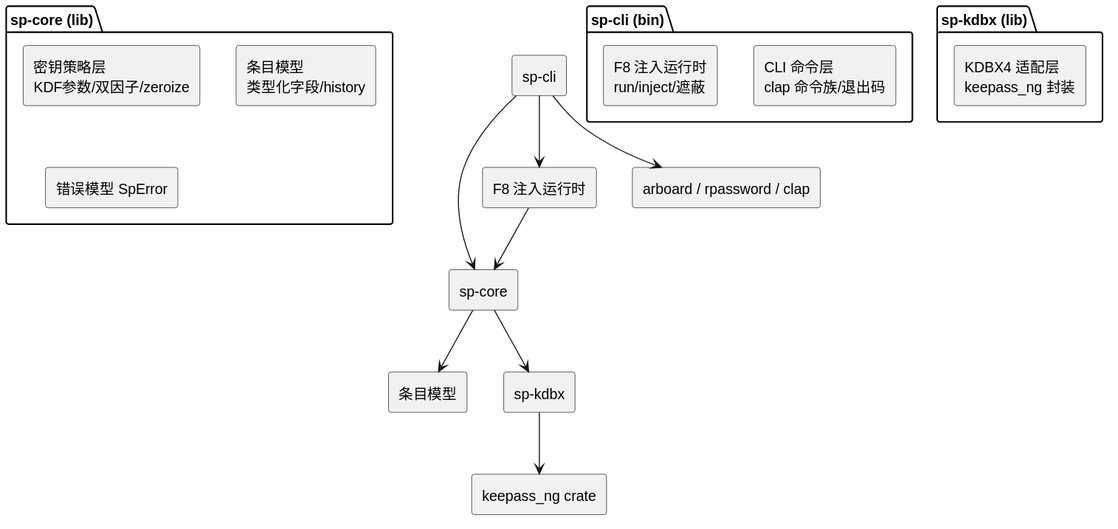
Earlier version of the PlantUML export design_docs/diagrams/00_components.svg (jxsword/SuperPasswdKey). Its diagram source:
```plantuml
@startuml
skinparam componentStyle rectangle
package "sp-cli (bin)" {
  [CLI 命令层\nclap 命令族/退出码]
  [F8 注入运行时\nrun/inject/遮蔽]
}
package "sp-core (lib)" {
  [密钥策略层\nKDF参数/双因子/zeroize]
  [条目模型\n类型化字段/history]
  [错误模型 SpError]
}
package "sp-kdbx (lib)" {
  [KDBX4 适配层\nkeepass_ng 封装]
}
[sp-cli] --> [sp-core]
[sp-cli] --> [F8 注入运行时]
[F8 注入运行时] --> [sp-core]
[sp-core] --> [条目模型]
[sp-kdbx] --> [keepass_ng crate]
[sp-core] --> [sp-kdbx]
[sp-cli] --> [arboard / rpassword / clap]
@enduml
```
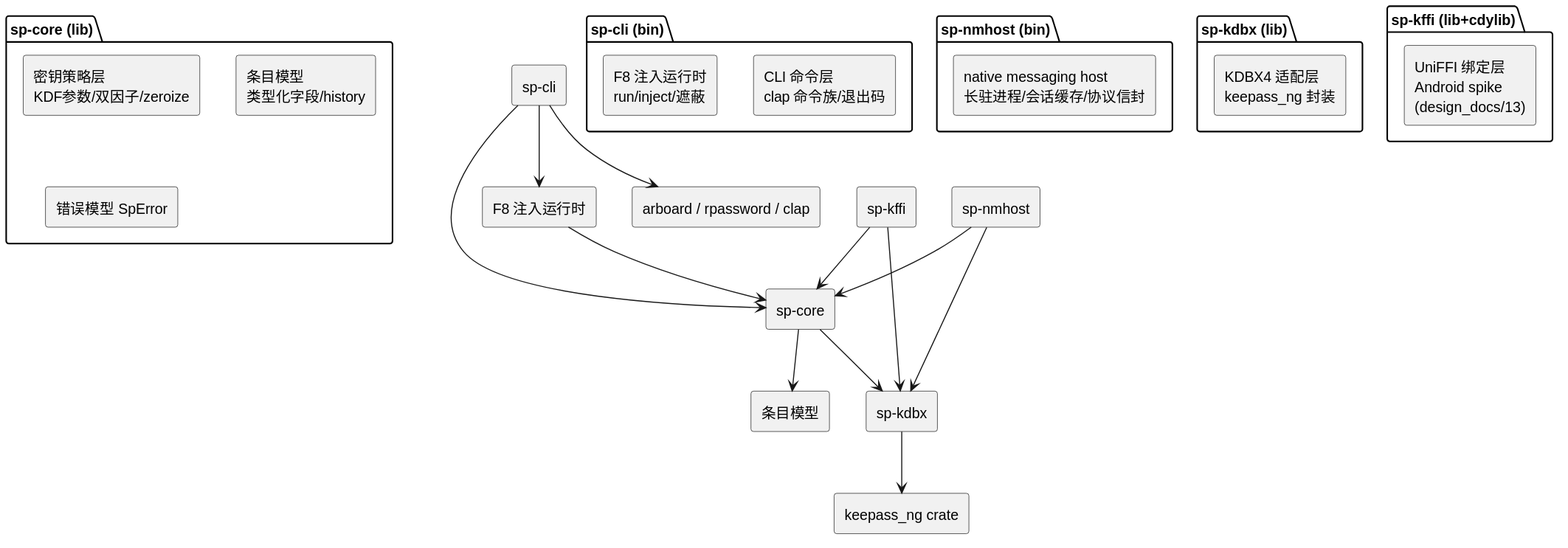
The same file after the commit.

Commit message:
docs(spike): sync architecture overview, README, SRS roadmap, git-flow doc with android spike state

Change to the diagram source:
```diff
@@ -3,6 +3,9 @@
 package "sp-cli (bin)" {
   [CLI 命令层\nclap 命令族/退出码]
   [F8 注入运行时\nrun/inject/遮蔽]
+}
+package "sp-nmhost (bin)" {
+  [native messaging host\n长驻进程/会话缓存/协议信封]
 }
 package "sp-core (lib)" {
   [密钥策略层\nKDF参数/双因子/zeroize]
@@ -12,11 +15,18 @@
 package "sp-kdbx (lib)" {
   [KDBX4 适配层\nkeepass_ng 封装]
 }
+package "sp-kffi (lib+cdylib)" {
+  [UniFFI 绑定层\nAndroid spike\n(design_docs/13)]
+}
 [sp-cli] --> [sp-core]
 [sp-cli] --> [F8 注入运行时]
 [F8 注入运行时] --> [sp-core]
 [sp-core] --> [条目模型]
 [sp-kdbx] --> [keepass_ng crate]
 [sp-core] --> [sp-kdbx]
+[sp-nmhost] --> [sp-core]
+[sp-nmhost] --> [sp-kdbx]
+[sp-kffi] --> [sp-core]
+[sp-kffi] --> [sp-kdbx]
 [sp-cli] --> [arboard / rpassword / clap]
 @enduml
```
